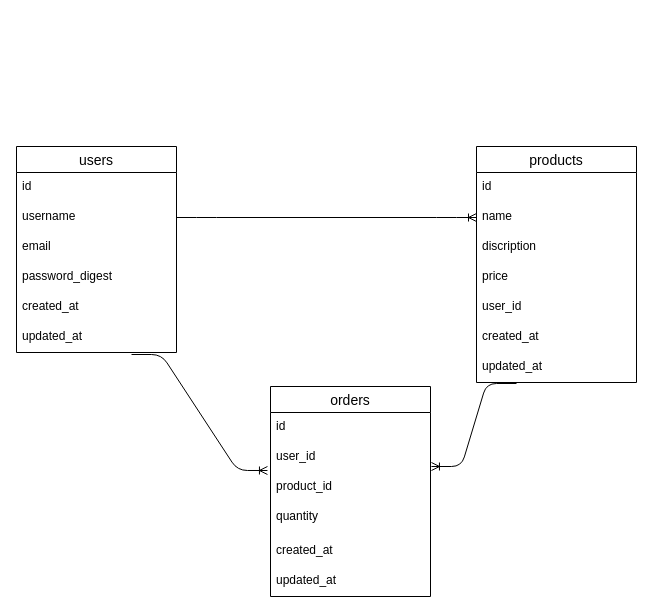
Above: app/views/ER.dio in shogo-ohya/furima-39501 (draw.io), before the change. Source tidied: cells renumbered, new cells numbered last; positions are measured from the earlier drawing's top-left corner, leaving out a move shared by most shapes. Both pictures are drawn from the tidied source at 100%, with x=0, y=0 at pixel (16, 146).
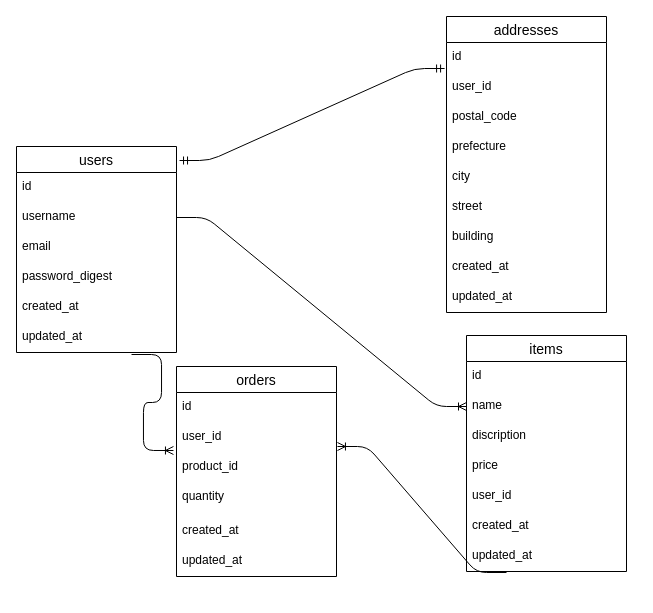
Above is the later version.

The change refers to these unchanged cells:
```xml
<mxCell id="2" value="users" style="swimlane;fontStyle=0;horizontal=1;startSize=26;align=center;fontSize=14;strokeColor=default;" parent="1" vertex="1">
  <mxGeometry width="160" height="206" as="geometry" />
</mxCell>
```

Change to the diagram source:
```diff
@@
-    <mxCell id="9" value="products" style="swimlane;fontStyle=0;horizontal=1;startSize=26;align=center;fontSize=14;strokeColor=default;" parent="1" vertex="1">
-      <mxGeometry x="460" width="160" height="236" as="geometry" />
+    <mxCell id="9" value="items" style="swimlane;fontStyle=0;horizontal=1;startSize=26;align=center;fontSize=14;strokeColor=default;" parent="1" vertex="1">
+      <mxGeometry x="450" y="189" width="160" height="236" as="geometry" />
     </mxCell>
@@
     <mxCell id="18" value="orders" style="swimlane;fontStyle=0;horizontal=1;startSize=26;align=center;fontSize=14;strokeColor=default;" parent="1" vertex="1">
-      <mxGeometry x="254" y="240" width="160" height="210" as="geometry" />
+      <mxGeometry x="160" y="220" width="160" height="210" as="geometry" />
     </mxCell>
@@
+    <mxCell id="27" value="addresses" style="swimlane;fontStyle=0;horizontal=1;startSize=26;align=center;fontSize=14;" parent="1" vertex="1">
+      <mxGeometry x="430" y="-130" width="160" height="296" as="geometry" />
+    </mxCell>
+    <mxCell id="28" value="id" style="text;strokeColor=none;fillColor=none;spacingLeft=4;spacingRight=4;overflow=hidden;points=[[0,0.5],[1,0.5]];portConstraint=eastwest;fontSize=12;" parent="27" vertex="1">
+      <mxGeometry y="26" width="160" height="30" as="geometry" />
+    </mxCell>
+    <mxCell id="29" value="user_id" style="text;strokeColor=none;fillColor=none;spacingLeft=4;spacingRight=4;overflow=hidden;fontSize=12;" parent="27" vertex="1">
+      <mxGeometry y="56" width="160" height="30" as="geometry" />
+    </mxCell>
+    <mxCell id="30" value="postal_code" style="text;strokeColor=none;fillColor=none;spacingLeft=4;spacingRight=4;overflow=hidden;fontSize=12;" parent="27" vertex="1">
+      <mxGeometry y="86" width="160" height="30" as="geometry" />
+    </mxCell>
+    <mxCell id="31" value="prefecture" style="text;strokeColor=none;fillColor=none;spacingLeft=4;spacingRight=4;overflow=hidden;fontSize=12;" parent="27" vertex="1">
+      <mxGeometry y="116" width="160" height="30" as="geometry" />
+    </mxCell>
+    <mxCell id="32" value="city" style="text;strokeColor=none;fillColor=none;spacingLeft=4;spacingRight=4;overflow=hidden;fontSize=12;" parent="27" vertex="1">
+      <mxGeometry y="146" width="160" height="30" as="geometry" />
+    </mxCell>
+    <mxCell id="33" value="street" style="text;strokeColor=none;fillColor=none;spacingLeft=4;spacingRight=4;overflow=hidden;fontSize=12;" parent="27" vertex="1">
+      <mxGeometry y="176" width="160" height="30" as="geometry" />
+    </mxCell>
+    <mxCell id="34" value="building" style="text;strokeColor=none;fillColor=none;spacingLeft=4;spacingRight=4;overflow=hidden;fontSize=12;" parent="27" vertex="1">
+      <mxGeometry y="206" width="160" height="30" as="geometry" />
+    </mxCell>
+    <mxCell id="35" value="created_at" style="text;strokeColor=none;fillColor=none;spacingLeft=4;spacingRight=4;overflow=hidden;fontSize=12;" parent="27" vertex="1">
+      <mxGeometry y="236" width="160" height="30" as="geometry" />
+    </mxCell>
+    <mxCell id="36" value="updated_at" style="text;strokeColor=none;fillColor=none;spacingLeft=4;spacingRight=4;overflow=hidden;fontSize=12;" parent="27" vertex="1">
+      <mxGeometry y="266" width="160" height="30" as="geometry" />
+    </mxCell>
+    <mxCell id="37" style="edgeStyle=entityRelationEdgeStyle;fontSize=12;html=1;endArrow=ERmandOne;startArrow=ERmandOne;exitX=1.019;exitY=0.068;exitDx=0;exitDy=0;exitPerimeter=0;entryX=-0.012;entryY=0.867;entryDx=0;entryDy=0;entryPerimeter=0;" parent="1" edge="1" source="2" target="28">
+      <mxGeometry relative="1" as="geometry" />
+    </mxCell>
```
